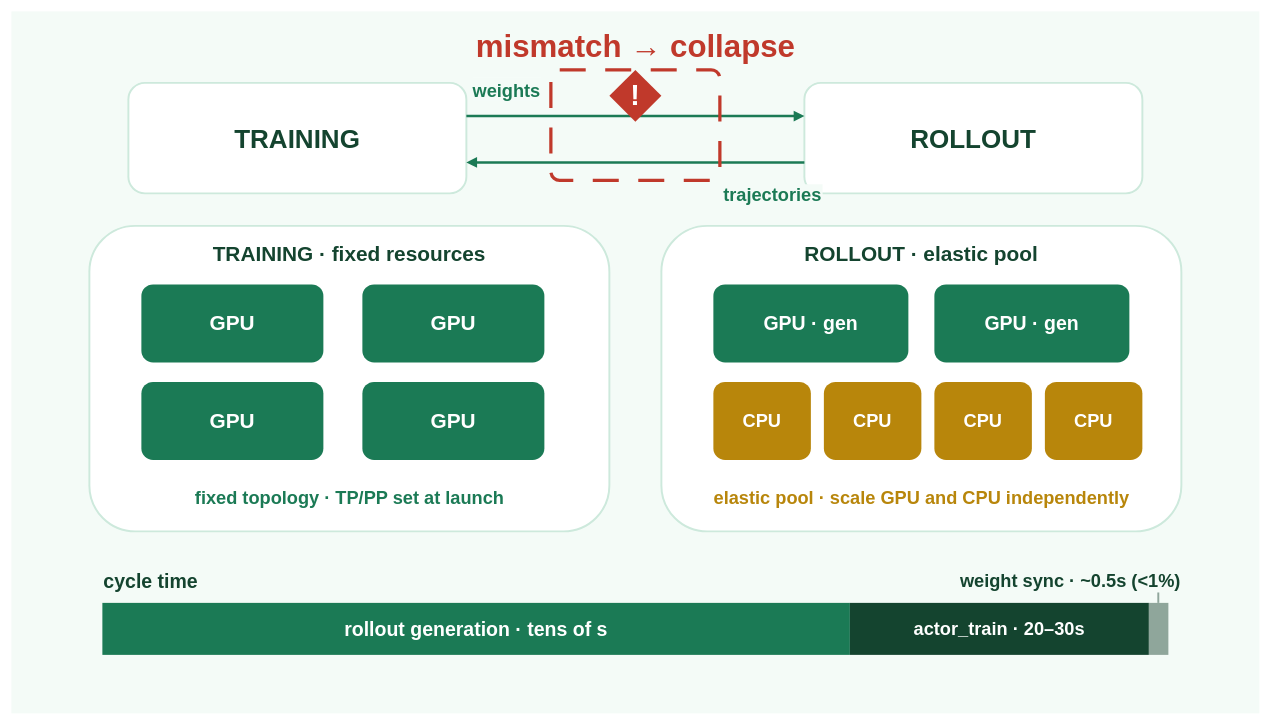
Above: page "B" (2 of 3) of 2026-07-19-miles-training-inference-mismatch/talk/slides/slide5_figs.drawio in littlemex/distributed-ai (draw.io), before the change. Source tidied: cells renumbered, new cells numbered last; positions are measured from the earlier drawing's top-left corner, leaving out a move shared by most shapes. Both pictures are drawn from the tidied source at 65%, with x=0, y=0 at pixel (11, 11).
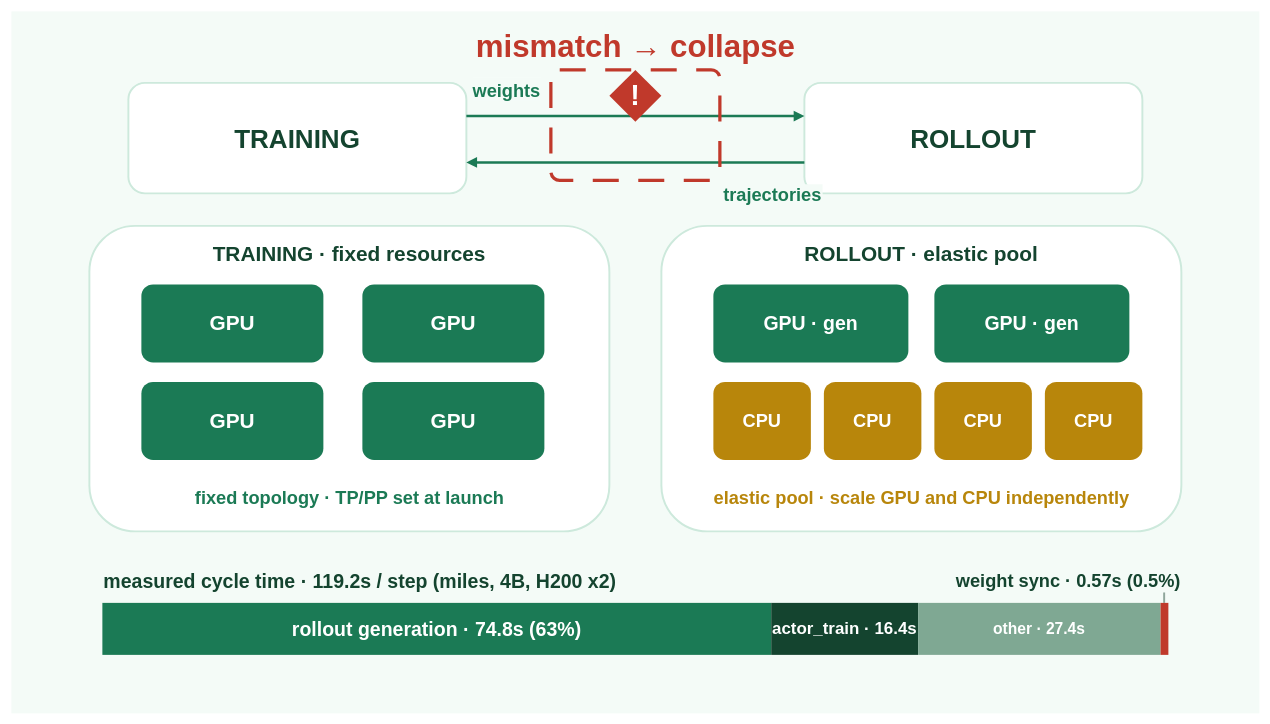
The same diagram, later.

Commit message (it also covers changes not shown here):
talk(mismatch): use measured cycle-time on slide5; fix slide14 T^2 misattribution

What changed in the source:
```diff
@@
-    <mxCell id="23" value="cycle time" style="text;html=1;align=left;verticalAlign=middle;fontSize=30;fontStyle=1;fontColor=#14442F;" parent="1" vertex="1">
-      <mxGeometry x="140" y="858" width="400" height="36" as="geometry" />
+    <mxCell id="23" value="measured cycle time · 119.2s / step (miles, 4B, H200 x2)" style="text;html=1;align=left;verticalAlign=middle;fontSize=30;fontStyle=1;fontColor=#14442F;" parent="1" vertex="1">
+      <mxGeometry x="140" y="858" width="1200" height="36" as="geometry" />
     </mxCell>
-    <mxCell id="24" value="weight sync · ~0.5s (&lt;1%)" style="text;html=1;align=right;verticalAlign=middle;fontSize=28;fontStyle=1;fontColor=#14442F;" parent="1" vertex="1">
-      <mxGeometry x="1300" y="858" width="500" height="36" as="geometry" />
+    <mxCell id="24" value="weight sync · 0.57s (0.5%)" style="text;html=1;align=right;verticalAlign=middle;fontSize=28;fontStyle=1;fontColor=#14442F;" parent="1" vertex="1">
+      <mxGeometry x="1240" y="858" width="560" height="36" as="geometry" />
     </mxCell>
     <mxCell id="25" style="rounded=0;whiteSpace=wrap;html=1;fillColor=#8FA69B;strokeColor=none;" parent="1" vertex="1">
-      <mxGeometry x="1763" y="894" width="3" height="16" as="geometry" />
+      <mxGeometry x="1772" y="894" width="3" height="16" as="geometry" />
     </mxCell>
-    <mxCell id="26" value="rollout generation · tens of s" style="rounded=0;whiteSpace=wrap;html=1;fillColor=#1B7A55;strokeColor=none;fontColor=#FFFFFF;fontSize=30;fontStyle=1;" parent="1" vertex="1">
-      <mxGeometry x="140" y="910" width="1150" height="80" as="geometry" />
+    <mxCell id="26" value="rollout generation · 74.8s (63%)" style="rounded=0;whiteSpace=wrap;html=1;fillColor=#1B7A55;strokeColor=none;fontColor=#FFFFFF;fontSize=30;fontStyle=1;" parent="1" vertex="1">
+      <mxGeometry x="140" y="910" width="1029" height="80" as="geometry" />
     </mxCell>
-    <mxCell id="27" value="actor_train · 20–30s" style="rounded=0;whiteSpace=wrap;html=1;fillColor=#14442F;strokeColor=none;fontColor=#FFFFFF;fontSize=28;fontStyle=1;" parent="1" vertex="1">
-      <mxGeometry x="1290" y="910" width="460" height="80" as="geometry" />
+    <mxCell id="27" value="actor_train · 16.4s" style="rounded=0;whiteSpace=wrap;html=1;fillColor=#14442F;strokeColor=none;fontColor=#FFFFFF;fontSize=26;fontStyle=1;" parent="1" vertex="1">
+      <mxGeometry x="1169" y="910" width="226" height="80" as="geometry" />
     </mxCell>
+    <mxCell id="30" value="other · 27.4s" style="rounded=0;whiteSpace=wrap;html=1;fillColor=#7FA893;strokeColor=none;fontColor=#FFFFFF;fontSize=24;fontStyle=1;" parent="1" vertex="1">
+      <mxGeometry x="1395" y="910" width="373" height="80" as="geometry" />
+    </mxCell>
-    <mxCell id="28" style="rounded=0;whiteSpace=wrap;html=1;fillColor=#8FA69B;strokeColor=none;" parent="1" vertex="1">
-      <mxGeometry x="1750" y="910" width="30" height="80" as="geometry" />
+    <mxCell id="28" style="rounded=0;whiteSpace=wrap;html=1;fillColor=#C0392B;strokeColor=none;" parent="1" vertex="1">
+      <mxGeometry x="1768" y="910" width="12" height="80" as="geometry" />
     </mxCell>
```
